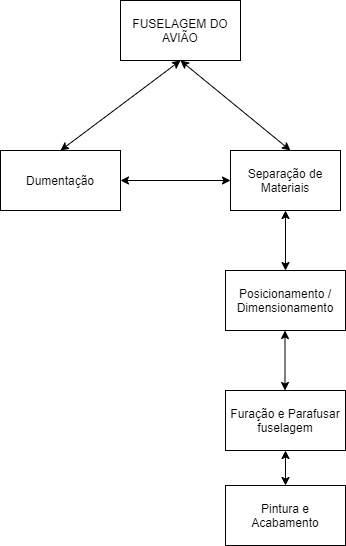
This is atividade_ger_projetos/eap.png from leonardopazzini/FATEC-TAREFA-INFORMATICA, a draw.io export, as it was before one commit. Source tidied: cells renumbered, new cells last; positions are measured from the earlier drawing's top-left corner, leaving out a move shared by most shapes.
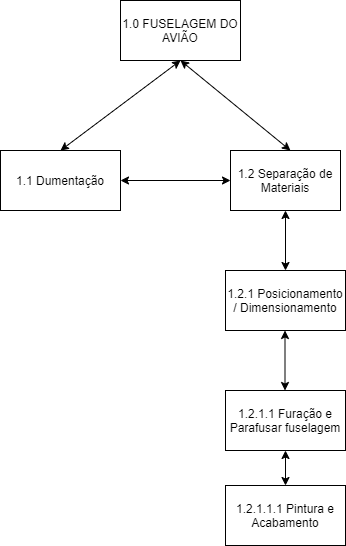
The same diagram one commit later.

The edit, as a diff of the source:
```diff
@@ -2,19 +2,19 @@
   <root>
     <mxCell id="0" />
     <mxCell id="1" parent="0" />
-    <mxCell id="2" value="FUSELAGEM DO AVIÃO" style="rounded=0;whiteSpace=wrap;html=1;" parent="1" vertex="1">
+    <mxCell id="2" value="1.0 FUSELAGEM DO AVIÃO" style="rounded=0;whiteSpace=wrap;html=1;" parent="1" vertex="1">
       <mxGeometry x="120" width="120" height="60" as="geometry" />
     </mxCell>
-    <mxCell id="3" value="Posicionamento / Dimensionamento" style="rounded=0;whiteSpace=wrap;html=1;" parent="1" vertex="1">
+    <mxCell id="3" value="1.2.1 Posicionamento / Dimensionamento" style="rounded=0;whiteSpace=wrap;html=1;" parent="1" vertex="1">
       <mxGeometry x="225" y="270" width="120" height="60" as="geometry" />
     </mxCell>
-    <mxCell id="4" value="Dumentação" style="rounded=0;whiteSpace=wrap;html=1;" parent="1" vertex="1">
+    <mxCell id="4" value="1.1 Dumentação" style="rounded=0;whiteSpace=wrap;html=1;" parent="1" vertex="1">
       <mxGeometry y="150" width="120" height="60" as="geometry" />
     </mxCell>
-    <mxCell id="5" value="Separação de Materiais" style="rounded=0;whiteSpace=wrap;html=1;" parent="1" vertex="1">
+    <mxCell id="5" value="1.2 Separação de Materiais" style="rounded=0;whiteSpace=wrap;html=1;" parent="1" vertex="1">
       <mxGeometry x="230" y="150" width="110" height="60" as="geometry" />
     </mxCell>
-    <mxCell id="6" value="Furação e Parafusar fuselagem" style="rounded=0;whiteSpace=wrap;html=1;" parent="1" vertex="1">
+    <mxCell id="6" value="1.2.1.1 Furação e Parafusar fuselagem" style="rounded=0;whiteSpace=wrap;html=1;" parent="1" vertex="1">
       <mxGeometry x="225" y="390" width="120" height="60" as="geometry" />
     </mxCell>
     <mxCell id="7" style="endArrow=classic;startArrow=classic;html=1;entryX=0;entryY=0.5;entryDx=0;entryDy=0;exitX=1;exitY=0.5;exitDx=0;exitDy=0;" parent="1" edge="1" source="4" target="5">
@@ -35,7 +35,7 @@
         <mxPoint x="284.5" y="330" as="targetPoint" />
       </mxGeometry>
     </mxCell>
-    <mxCell id="12" value="Pintura e Acabamento" style="rounded=0;whiteSpace=wrap;html=1;" parent="1" vertex="1">
+    <mxCell id="12" value="1.2.1.1.1 Pintura e Acabamento" style="rounded=0;whiteSpace=wrap;html=1;" parent="1" vertex="1">
       <mxGeometry x="225" y="485" width="120" height="60" as="geometry" />
     </mxCell>
     <mxCell id="13" style="endArrow=classic;startArrow=classic;html=1;entryX=0.5;entryY=1;entryDx=0;entryDy=0;exitX=0.5;exitY=0;exitDx=0;exitDy=0;" parent="1" edge="1" source="12" target="6">
```
